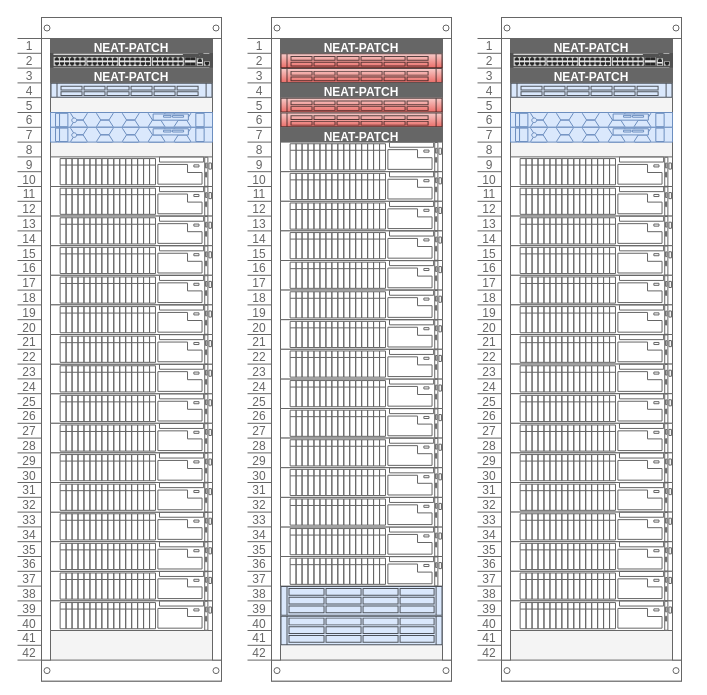
newmajp/POD-Design keeps this draw.io diagram as pictures/Big Data 3 Rack POD v3 with vast.drawio. Above is the earlier version. Source tidied: cells renumbered, new cells numbered last; positions are measured from the earlier drawing's top-left corner, leaving out a move shared by most shapes. Both pictures are drawn from the tidied source at 100%, with x=0, y=0 at pixel (17, 17).
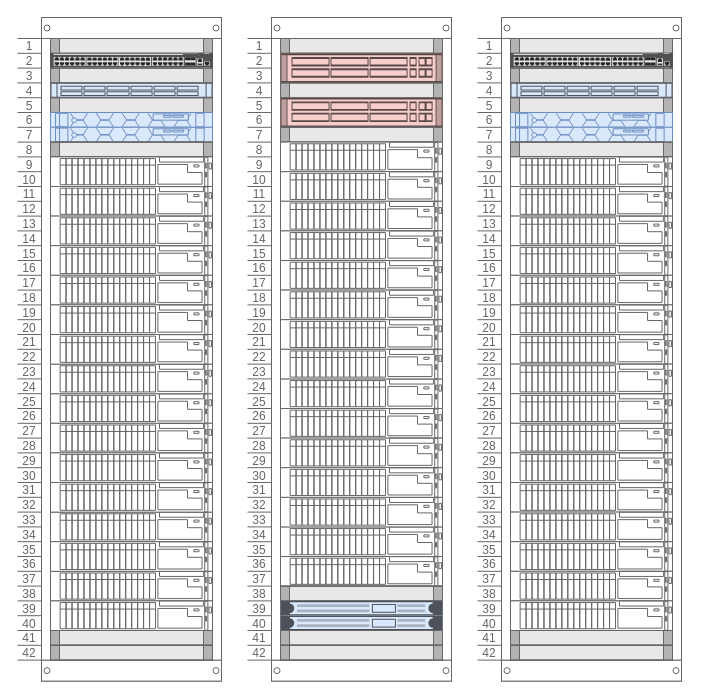
The same diagram, later.

Unchanged cells that the change refers to:
```xml
<mxCell id="2" style="strokeColor=#666666;html=1;verticalLabelPosition=bottom;labelBackgroundColor=#ffffff;verticalAlign=top;shadow=0;dashed=0;shape=mxgraph.rackGeneral.rackCabinet3;rackUnitSize=14.8;fillColor2=#f4f4f4;allowGaps=1;textColor=#666666;numDisp=ascend;" parent="1" vertex="1">
  <mxGeometry width="204" height="660" as="geometry" />
</mxCell>
<mxCell id="25" style="strokeColor=#666666;html=1;verticalLabelPosition=bottom;labelBackgroundColor=#ffffff;verticalAlign=top;shadow=0;dashed=0;shape=mxgraph.rackGeneral.rackCabinet3;rackUnitSize=14.8;fillColor2=#f4f4f4;allowGaps=1;textColor=#666666;numDisp=ascend;" parent="1" vertex="1">
  <mxGeometry x="230" width="204" height="660" as="geometry" />
</mxCell>
<mxCell id="50" style="strokeColor=#666666;html=1;verticalLabelPosition=bottom;labelBackgroundColor=#ffffff;verticalAlign=top;shadow=0;dashed=0;shape=mxgraph.rackGeneral.rackCabinet3;rackUnitSize=14.8;fillColor2=#f4f4f4;allowGaps=1;textColor=#666666;numDisp=ascend;" parent="1" vertex="1">
  <mxGeometry x="460" width="204" height="660" as="geometry" />
</mxCell>
```

What changed in the source:
```diff
@@
-    <mxCell id="3" style="strokeColor=#666666;html=1;labelPosition=right;align=left;spacingLeft=15;shadow=0;dashed=0;shape=mxgraph.rackGeneral.neatPatch;bodyColor=#666666;" parent="2" vertex="1">
-      <mxGeometry x="33" y="21" width="162" height="14.8" as="geometry" />
-    </mxCell>
+    <mxCell id="73" style="strokeColor=#666666;html=1;labelPosition=right;align=left;spacingLeft=15;shadow=0;dashed=0;shape=mxgraph.rackGeneral.plate;fillColor=#e8e8e8;labelPerimeter=1;" parent="2" vertex="1">
+      <mxGeometry x="33" y="21" width="162" height="14.8" as="geometry" />
+    </mxCell>
@@
-    <mxCell id="5" style="strokeColor=#666666;html=1;labelPosition=right;align=left;spacingLeft=15;shadow=0;dashed=0;shape=mxgraph.rackGeneral.neatPatch;bodyColor=#666666;" parent="2" vertex="1">
-      <mxGeometry x="33" y="50.6" width="162" height="14.8" as="geometry" />
-    </mxCell>
+    <mxCell id="74" style="strokeColor=#666666;html=1;labelPosition=right;align=left;spacingLeft=15;shadow=0;dashed=0;shape=mxgraph.rackGeneral.plate;fillColor=#e8e8e8;labelPerimeter=1;" parent="2" vertex="1">
+      <mxGeometry x="33" y="50.6" width="162" height="14.8" as="geometry" />
+    </mxCell>
@@
+    <mxCell id="75" style="strokeColor=#666666;html=1;labelPosition=right;align=left;spacingLeft=15;shadow=0;dashed=0;shape=mxgraph.rackGeneral.plate;fillColor=#e8e8e8;labelPerimeter=1;" parent="2" vertex="1">
+      <mxGeometry x="33" y="80.2" width="162" height="14.8" as="geometry" />
+    </mxCell>
@@
+    <mxCell id="76" style="strokeColor=#666666;html=1;labelPosition=right;align=left;spacingLeft=15;shadow=0;dashed=0;shape=mxgraph.rackGeneral.plate;fillColor=#e8e8e8;labelPerimeter=1;" parent="2" vertex="1">
+      <mxGeometry x="33" y="124.6" width="162" height="14.8" as="geometry" />
+    </mxCell>
@@
+    <mxCell id="77" style="strokeColor=#666666;html=1;labelPosition=right;align=left;spacingLeft=15;shadow=0;dashed=0;shape=mxgraph.rackGeneral.plate;fillColor=#e8e8e8;labelPerimeter=1;" parent="2" vertex="1">
+      <mxGeometry x="33" y="613" width="162" height="14.8" as="geometry" />
+    </mxCell>
+    <mxCell id="78" style="strokeColor=#666666;html=1;labelPosition=right;align=left;spacingLeft=15;shadow=0;dashed=0;shape=mxgraph.rackGeneral.plate;fillColor=#e8e8e8;labelPerimeter=1;" parent="2" vertex="1">
+      <mxGeometry x="33" y="627.8" width="162" height="14.8" as="geometry" />
+    </mxCell>
@@
-    <mxCell id="26" style="strokeColor=#666666;html=1;labelPosition=right;align=left;spacingLeft=15;shadow=0;dashed=0;shape=mxgraph.rackGeneral.neatPatch;bodyColor=#666666;" parent="25" vertex="1">
-      <mxGeometry x="33" y="21" width="162" height="14.8" as="geometry" />
-    </mxCell>
-    <mxCell id="27" style="shape=mxgraph.rack.oracle.sun_datacenter_infiniband_switch_36;html=1;labelPosition=right;align=left;spacingLeft=15;dashed=0;shadow=0;fillColor=#f8cecc;strokeColor=#b85450;gradientColor=#ea6b66;" parent="25" vertex="1">
-      <mxGeometry x="33" y="35.8" width="162" height="14.8" as="geometry" />
-    </mxCell>
-    <mxCell id="28" style="shape=mxgraph.rack.oracle.sun_datacenter_infiniband_switch_36;html=1;labelPosition=right;align=left;spacingLeft=15;dashed=0;shadow=0;fillColor=#f8cecc;strokeColor=#b85450;gradientColor=#ea6b66;" parent="25" vertex="1">
-      <mxGeometry x="33" y="50.6" width="162" height="14.8" as="geometry" />
-    </mxCell>
-    <mxCell id="29" style="strokeColor=#666666;html=1;labelPosition=right;align=left;spacingLeft=15;shadow=0;dashed=0;shape=mxgraph.rackGeneral.neatPatch;bodyColor=#666666;" parent="25" vertex="1">
-      <mxGeometry x="33" y="65.4" width="162" height="14.8" as="geometry" />
-    </mxCell>
-    <mxCell id="30" style="shape=mxgraph.rack.oracle.sun_datacenter_infiniband_switch_36;html=1;labelPosition=right;align=left;spacingLeft=15;dashed=0;shadow=0;fillColor=#f8cecc;strokeColor=#b85450;gradientColor=#ea6b66;" parent="25" vertex="1">
-      <mxGeometry x="33" y="80.2" width="162" height="14.8" as="geometry" />
-    </mxCell>
-    <mxCell id="31" style="shape=mxgraph.rack.oracle.sun_datacenter_infiniband_switch_36;html=1;labelPosition=right;align=left;spacingLeft=15;dashed=0;shadow=0;fillColor=#f8cecc;strokeColor=#b85450;gradientColor=#ea6b66;" parent="25" vertex="1">
-      <mxGeometry x="33" y="95" width="162" height="14.8" as="geometry" />
-    </mxCell>
-    <mxCell id="32" style="strokeColor=#666666;html=1;labelPosition=right;align=left;spacingLeft=15;shadow=0;dashed=0;shape=mxgraph.rackGeneral.neatPatch;bodyColor=#666666;" parent="25" vertex="1">
-      <mxGeometry x="33" y="109.8" width="162" height="14.8" as="geometry" />
-    </mxCell>
+    <mxCell id="79" style="strokeColor=#666666;html=1;labelPosition=right;align=left;spacingLeft=15;shadow=0;dashed=0;shape=mxgraph.rackGeneral.plate;fillColor=#e8e8e8;labelPerimeter=1;" parent="25" vertex="1">
+      <mxGeometry x="33" y="21" width="162" height="14.8" as="geometry" />
+    </mxCell>
+    <mxCell id="80" style="shape=mxgraph.rack.cisco.cisco_catalyst_4948_switch;html=1;labelPosition=right;align=left;spacingLeft=15;dashed=0;shadow=0;fillColor=#f8cecc;labelPerimeter=1;strokeColor=#b85450;" parent="25" vertex="1">
+      <mxGeometry x="33" y="35.8" width="162" height="29.6" as="geometry" />
+    </mxCell>
+    <mxCell id="81" style="strokeColor=#666666;html=1;labelPosition=right;align=left;spacingLeft=15;shadow=0;dashed=0;shape=mxgraph.rackGeneral.plate;fillColor=#e8e8e8;labelPerimeter=1;" parent="25" vertex="1">
+      <mxGeometry x="33" y="65.4" width="162" height="14.8" as="geometry" />
+    </mxCell>
+    <mxCell id="82" style="shape=mxgraph.rack.cisco.cisco_catalyst_4948_switch;html=1;labelPosition=right;align=left;spacingLeft=15;dashed=0;shadow=0;fillColor=#f8cecc;labelPerimeter=1;strokeColor=#b85450;" parent="25" vertex="1">
+      <mxGeometry x="33" y="80.2" width="162" height="29.6" as="geometry" />
+    </mxCell>
+    <mxCell id="83" style="strokeColor=#666666;html=1;labelPosition=right;align=left;spacingLeft=15;shadow=0;dashed=0;shape=mxgraph.rackGeneral.plate;fillColor=#e8e8e8;labelPerimeter=1;" parent="25" vertex="1">
+      <mxGeometry x="33" y="109.8" width="162" height="14.8" as="geometry" />
+    </mxCell>
@@
-    <mxCell id="48" style="shape=mxgraph.rack.oracle.sun_zfs_storage_7120;html=1;labelPosition=right;align=left;spacingLeft=15;dashed=0;shadow=0;fillColor=#dae8fc;strokeColor=#6c8ebf;" parent="25" vertex="1">
-      <mxGeometry x="33" y="568.6" width="162" height="29.6" as="geometry" />
-    </mxCell>
-    <mxCell id="49" style="shape=mxgraph.rack.oracle.sun_zfs_storage_7120;html=1;labelPosition=right;align=left;spacingLeft=15;dashed=0;shadow=0;fillColor=#dae8fc;strokeColor=#6c8ebf;" parent="25" vertex="1">
-      <mxGeometry x="33" y="598.2" width="162" height="29.6" as="geometry" />
-    </mxCell>
+    <mxCell id="84" style="strokeColor=#666666;html=1;labelPosition=right;align=left;spacingLeft=15;shadow=0;dashed=0;shape=mxgraph.rackGeneral.plate;fillColor=#e8e8e8;labelPerimeter=1;" parent="25" vertex="1">
+      <mxGeometry x="33" y="568.6" width="162" height="14.8" as="geometry" />
+    </mxCell>
+    <mxCell id="85" style="shape=mxgraph.rack.apc.apc_smart_ups_750_va_1u;html=1;labelPosition=right;align=left;spacingLeft=15;dashed=0;shadow=0;fillColor=#dae8fc;labelPerimeter=1;strokeColor=#6c8ebf;" parent="25" vertex="1">
+      <mxGeometry x="33" y="583.4" width="162" height="14.8" as="geometry" />
+    </mxCell>
+    <mxCell id="86" style="shape=mxgraph.rack.apc.apc_smart_ups_750_va_1u;html=1;labelPosition=right;align=left;spacingLeft=15;dashed=0;shadow=0;fillColor=#dae8fc;labelPerimeter=1;strokeColor=#6c8ebf;" parent="25" vertex="1">
+      <mxGeometry x="33" y="598.2" width="162" height="14.8" as="geometry" />
+    </mxCell>
+    <mxCell id="87" style="strokeColor=#666666;html=1;labelPosition=right;align=left;spacingLeft=15;shadow=0;dashed=0;shape=mxgraph.rackGeneral.plate;fillColor=#e8e8e8;labelPerimeter=1;" parent="25" vertex="1">
+      <mxGeometry x="33" y="613" width="162" height="14.8" as="geometry" />
+    </mxCell>
+    <mxCell id="88" style="strokeColor=#666666;html=1;labelPosition=right;align=left;spacingLeft=15;shadow=0;dashed=0;shape=mxgraph.rackGeneral.plate;fillColor=#e8e8e8;labelPerimeter=1;" parent="25" vertex="1">
+      <mxGeometry x="33" y="627.8" width="162" height="14.8" as="geometry" />
+    </mxCell>
@@
-    <mxCell id="51" style="strokeColor=#666666;html=1;labelPosition=right;align=left;spacingLeft=15;shadow=0;dashed=0;shape=mxgraph.rackGeneral.neatPatch;bodyColor=#666666;" parent="50" vertex="1">
-      <mxGeometry x="33" y="21" width="162" height="14.8" as="geometry" />
-    </mxCell>
+    <mxCell id="89" style="strokeColor=#666666;html=1;labelPosition=right;align=left;spacingLeft=15;shadow=0;dashed=0;shape=mxgraph.rackGeneral.plate;fillColor=#e8e8e8;labelPerimeter=1;" parent="50" vertex="1">
+      <mxGeometry x="33" y="21" width="162" height="14.8" as="geometry" />
+    </mxCell>
@@
-    <mxCell id="53" style="strokeColor=#666666;html=1;labelPosition=right;align=left;spacingLeft=15;shadow=0;dashed=0;shape=mxgraph.rackGeneral.neatPatch;bodyColor=#666666;" parent="50" vertex="1">
-      <mxGeometry x="33" y="50.6" width="162" height="14.8" as="geometry" />
-    </mxCell>
+    <mxCell id="90" style="strokeColor=#666666;html=1;labelPosition=right;align=left;spacingLeft=15;shadow=0;dashed=0;shape=mxgraph.rackGeneral.plate;fillColor=#e8e8e8;labelPerimeter=1;" parent="50" vertex="1">
+      <mxGeometry x="33" y="50.6" width="162" height="14.8" as="geometry" />
+    </mxCell>
@@
+    <mxCell id="91" style="strokeColor=#666666;html=1;labelPosition=right;align=left;spacingLeft=15;shadow=0;dashed=0;shape=mxgraph.rackGeneral.plate;fillColor=#e8e8e8;labelPerimeter=1;" parent="50" vertex="1">
+      <mxGeometry x="33" y="80.2" width="162" height="14.8" as="geometry" />
+    </mxCell>
@@
+    <mxCell id="92" style="strokeColor=#666666;html=1;labelPosition=right;align=left;spacingLeft=15;shadow=0;dashed=0;shape=mxgraph.rackGeneral.plate;fillColor=#e8e8e8;labelPerimeter=1;" parent="50" vertex="1">
+      <mxGeometry x="33" y="124.6" width="162" height="14.8" as="geometry" />
+    </mxCell>
@@
+    <mxCell id="93" style="strokeColor=#666666;html=1;labelPosition=right;align=left;spacingLeft=15;shadow=0;dashed=0;shape=mxgraph.rackGeneral.plate;fillColor=#e8e8e8;labelPerimeter=1;" parent="50" vertex="1">
+      <mxGeometry x="33" y="613" width="162" height="14.8" as="geometry" />
+    </mxCell>
+    <mxCell id="94" style="strokeColor=#666666;html=1;labelPosition=right;align=left;spacingLeft=15;shadow=0;dashed=0;shape=mxgraph.rackGeneral.plate;fillColor=#e8e8e8;labelPerimeter=1;" parent="50" vertex="1">
+      <mxGeometry x="33" y="627.8" width="162" height="14.8" as="geometry" />
+    </mxCell>
```
